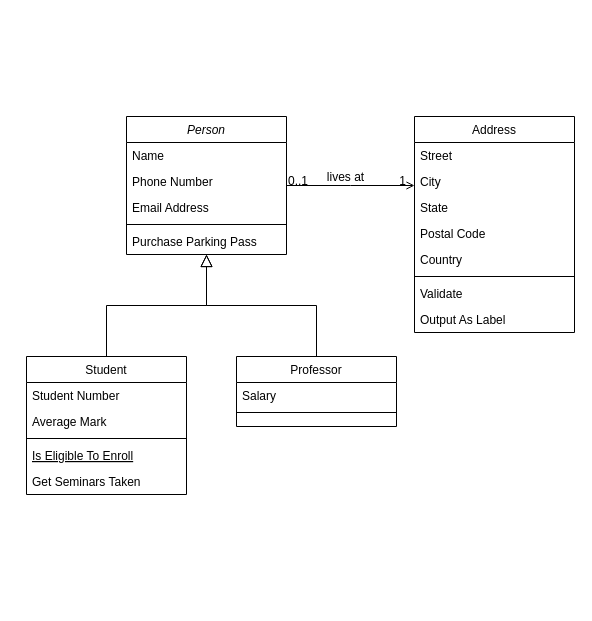
The draw.io diagram Untitled Diagram.drawio in muflifadla38/football-info, before the edit. Source tidied: cells renumbered, new cells numbered last; positions are measured from the earlier drawing's top-left corner, leaving out a move shared by most shapes. Both pictures are drawn from the tidied source at 100%, with x=0, y=0 at pixel (26, 116).
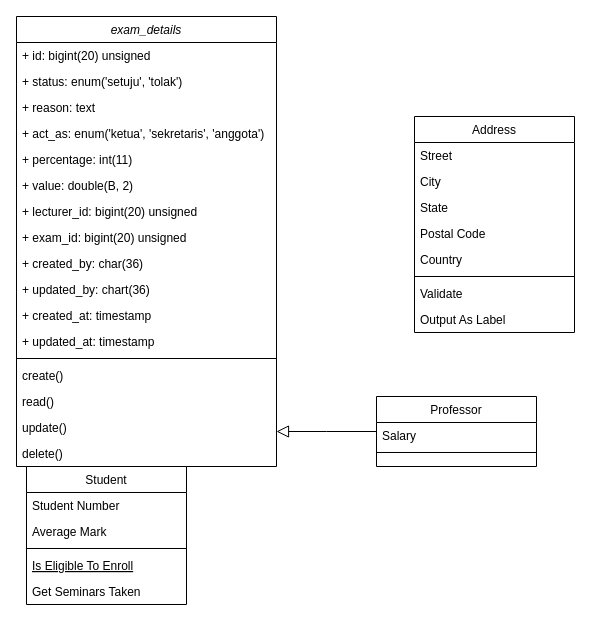
The same diagram, later.

Commit message:
Sisapi Diagram Class

The change refers to these unchanged cells:
```xml
<mxCell id="19" value="Address" style="swimlane;fontStyle=0;align=center;verticalAlign=top;horizontal=1;startSize=26;rounded=0;shadow=0;strokeWidth=1;" parent="1" vertex="1">
  <mxGeometry x="388" width="160" height="216" as="geometry" />
</mxCell>
```

What changed in the source:
```diff
@@
-    <mxCell id="2" value="Person" style="swimlane;fontStyle=2;align=center;verticalAlign=top;horizontal=1;startSize=26;rounded=0;shadow=0;strokeWidth=1;" parent="1" vertex="1">
-      <mxGeometry x="100" width="160" height="138" as="geometry" />
+    <mxCell id="2" value="exam_details" style="swimlane;fontStyle=2;align=center;verticalAlign=top;horizontal=1;startSize=26;rounded=0;shadow=0;strokeWidth=1;" parent="1" vertex="1">
+      <mxGeometry x="-10" y="-100" width="260" height="450" as="geometry" />
     </mxCell>
-    <mxCell id="3" value="Name" style="text;align=left;verticalAlign=top;spacingLeft=4;spacingRight=4;overflow=hidden;" parent="2" vertex="1">
-      <mxGeometry y="26" width="160" height="26" as="geometry" />
+    <mxCell id="3" value="+ id: bigint(20) unsigned " style="text;align=left;verticalAlign=top;spacingLeft=4;spacingRight=4;overflow=hidden;" parent="2" vertex="1">
+      <mxGeometry y="26" width="260" height="26" as="geometry" />
     </mxCell>
-    <mxCell id="4" value="Phone Number" style="text;align=left;verticalAlign=top;spacingLeft=4;spacingRight=4;overflow=hidden;rounded=0;shadow=0;html=0;" parent="2" vertex="1">
-      <mxGeometry y="52" width="160" height="26" as="geometry" />
+    <mxCell id="4" value="+ status: enum('setuju', 'tolak')" style="text;align=left;verticalAlign=top;spacingLeft=4;spacingRight=4;overflow=hidden;rounded=0;shadow=0;html=0;" parent="2" vertex="1">
+      <mxGeometry y="52" width="260" height="26" as="geometry" />
     </mxCell>
-    <mxCell id="5" value="Email Address" style="text;align=left;verticalAlign=top;spacingLeft=4;spacingRight=4;overflow=hidden;rounded=0;shadow=0;html=0;" parent="2" vertex="1">
-      <mxGeometry y="78" width="160" height="26" as="geometry" />
+    <mxCell id="5" value="+ reason: text" style="text;align=left;verticalAlign=top;spacingLeft=4;spacingRight=4;overflow=hidden;rounded=0;shadow=0;html=0;" parent="2" vertex="1">
+      <mxGeometry y="78" width="260" height="26" as="geometry" />
     </mxCell>
+    <mxCell id="32" value="+ act_as: enum('ketua', 'sekretaris', 'anggota')" style="text;align=left;verticalAlign=top;spacingLeft=4;spacingRight=4;overflow=hidden;rounded=0;shadow=0;html=0;" parent="2" vertex="1">
+      <mxGeometry y="104" width="260" height="26" as="geometry" />
+    </mxCell>
+    <mxCell id="33" value="+ percentage: int(11)" style="text;align=left;verticalAlign=top;spacingLeft=4;spacingRight=4;overflow=hidden;rounded=0;shadow=0;html=0;" parent="2" vertex="1">
+      <mxGeometry y="130" width="260" height="26" as="geometry" />
+    </mxCell>
+    <mxCell id="34" value="+ value: double(B, 2)" style="text;align=left;verticalAlign=top;spacingLeft=4;spacingRight=4;overflow=hidden;rounded=0;shadow=0;html=0;" parent="2" vertex="1">
+      <mxGeometry y="156" width="260" height="26" as="geometry" />
+    </mxCell>
+    <mxCell id="35" value="+ lecturer_id: bigint(20) unsigned" style="text;align=left;verticalAlign=top;spacingLeft=4;spacingRight=4;overflow=hidden;rounded=0;shadow=0;html=0;" parent="2" vertex="1">
+      <mxGeometry y="182" width="260" height="26" as="geometry" />
+    </mxCell>
+    <mxCell id="36" value="+ exam_id: bigint(20) unsigned" style="text;align=left;verticalAlign=top;spacingLeft=4;spacingRight=4;overflow=hidden;rounded=0;shadow=0;html=0;fontStyle=0;" parent="2" vertex="1">
+      <mxGeometry y="208" width="260" height="26" as="geometry" />
+    </mxCell>
+    <mxCell id="37" value="+ created_by: char(36)" style="text;align=left;verticalAlign=top;spacingLeft=4;spacingRight=4;overflow=hidden;rounded=0;shadow=0;html=0;fontStyle=0;" parent="2" vertex="1">
+      <mxGeometry y="234" width="260" height="26" as="geometry" />
+    </mxCell>
+    <mxCell id="38" value="+ updated_by: chart(36)" style="text;align=left;verticalAlign=top;spacingLeft=4;spacingRight=4;overflow=hidden;rounded=0;shadow=0;html=0;fontStyle=0;" parent="2" vertex="1">
+      <mxGeometry y="260" width="260" height="26" as="geometry" />
+    </mxCell>
+    <mxCell id="39" value="+ created_at: timestamp" style="text;align=left;verticalAlign=top;spacingLeft=4;spacingRight=4;overflow=hidden;rounded=0;shadow=0;html=0;fontStyle=0;" parent="2" vertex="1">
+      <mxGeometry y="286" width="260" height="26" as="geometry" />
+    </mxCell>
+    <mxCell id="40" value="+ updated_at: timestamp" style="text;align=left;verticalAlign=top;spacingLeft=4;spacingRight=4;overflow=hidden;rounded=0;shadow=0;html=0;fontStyle=0;" parent="2" vertex="1">
+      <mxGeometry y="312" width="260" height="26" as="geometry" />
+    </mxCell>
     <mxCell id="6" style="line;html=1;strokeWidth=1;align=left;verticalAlign=middle;spacingTop=-1;spacingLeft=3;spacingRight=3;labelPosition=right;" parent="2" vertex="1">
-      <mxGeometry y="104" width="160" height="8" as="geometry" />
+      <mxGeometry y="338" width="260" height="8" as="geometry" />
     </mxCell>
-    <mxCell id="7" value="Purchase Parking Pass" style="text;align=left;verticalAlign=top;spacingLeft=4;spacingRight=4;overflow=hidden;" parent="2" vertex="1">
-      <mxGeometry y="112" width="160" height="26" as="geometry" />
-    </mxCell>
+    <mxCell id="41" value="create()" style="text;align=left;verticalAlign=top;spacingLeft=4;spacingRight=4;overflow=hidden;rounded=0;shadow=0;html=0;fontStyle=0;" parent="2" vertex="1">
+      <mxGeometry y="346" width="260" height="26" as="geometry" />
+    </mxCell>
+    <mxCell id="42" value="read()" style="text;align=left;verticalAlign=top;spacingLeft=4;spacingRight=4;overflow=hidden;rounded=0;shadow=0;html=0;fontStyle=0;" parent="2" vertex="1">
+      <mxGeometry y="372" width="260" height="26" as="geometry" />
+    </mxCell>
+    <mxCell id="43" value="update()" style="text;align=left;verticalAlign=top;spacingLeft=4;spacingRight=4;overflow=hidden;rounded=0;shadow=0;html=0;fontStyle=0;" parent="2" vertex="1">
+      <mxGeometry y="398" width="260" height="26" as="geometry" />
+    </mxCell>
+    <mxCell id="44" value="delete()" style="text;align=left;verticalAlign=top;spacingLeft=4;spacingRight=4;overflow=hidden;rounded=0;shadow=0;html=0;fontStyle=0;" parent="2" vertex="1">
+      <mxGeometry y="424" width="260" height="26" as="geometry" />
+    </mxCell>
     <mxCell id="8" value="Student" style="swimlane;fontStyle=0;align=center;verticalAlign=top;horizontal=1;startSize=26;rounded=0;shadow=0;strokeWidth=1;" parent="1" vertex="1">
-      <mxGeometry y="240" width="160" height="138" as="geometry" />
+      <mxGeometry y="350" width="160" height="138" as="geometry" />
     </mxCell>
@@
     <mxCell id="15" value="Professor" style="swimlane;fontStyle=0;align=center;verticalAlign=top;horizontal=1;startSize=26;rounded=0;shadow=0;strokeWidth=1;" parent="1" vertex="1">
-      <mxGeometry x="210" y="240" width="160" height="70" as="geometry" />
+      <mxGeometry x="350" y="280" width="160" height="70" as="geometry" />
     </mxCell>
@@
-    <mxCell id="28" style="endArrow=open;shadow=0;strokeWidth=1;rounded=0;endFill=1;edgeStyle=elbowEdgeStyle;elbow=vertical;" parent="1" edge="1" source="2" target="19">
-      <mxGeometry x="0.5" y="41" relative="1" as="geometry">
-        <mxPoint x="-40" y="32" as="offset" />
-      </mxGeometry>
-    </mxCell>
-    <mxCell id="29" value="0..1" style="align=left;verticalAlign=bottom;labelBackgroundColor=none;fontSize=12;" parent="28" vertex="1">
-      <mxGeometry x="-1" relative="1" as="geometry">
-        <mxPoint y="4" as="offset" />
-      </mxGeometry>
-    </mxCell>
-    <mxCell id="30" value="1" style="align=right;verticalAlign=bottom;labelBackgroundColor=none;fontSize=12;" parent="28" vertex="1">
-      <mxGeometry x="1" relative="1" as="geometry">
-        <mxPoint x="-7" y="4" as="offset" />
-      </mxGeometry>
-    </mxCell>
-    <mxCell id="31" value="lives at" style="text;html=1;align=center;verticalAlign=middle;labelBackgroundColor=none;rounded=0;shadow=0;strokeWidth=1;fontSize=12;" parent="28" vertex="1">
-      <mxGeometry x="0.5" y="49" relative="1" as="geometry">
-        <mxPoint x="-38" y="40" as="offset" />
-      </mxGeometry>
-    </mxCell>
```
